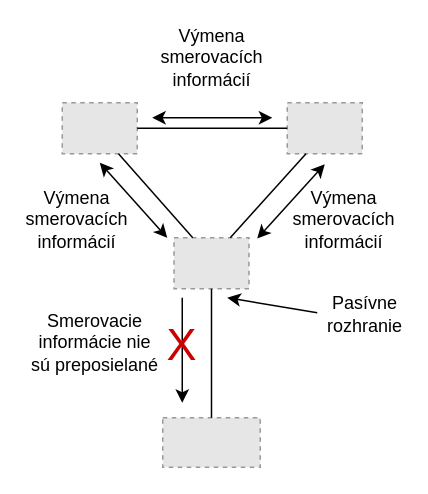
This is thesis/obrazky/passive-interface.drawio from siorus/MasterThesis, a draw.io file, before an edit. Source tidied: cells renumbered, new cells numbered last; positions are measured from the earlier drawing's top-left corner, leaving out a move shared by most shapes. Both pictures are drawn from the tidied source at 150%, with x=0, y=0 at pixel (27, 42). Pictures stored in the file or linked from it are replaced by grey dashed boxes.
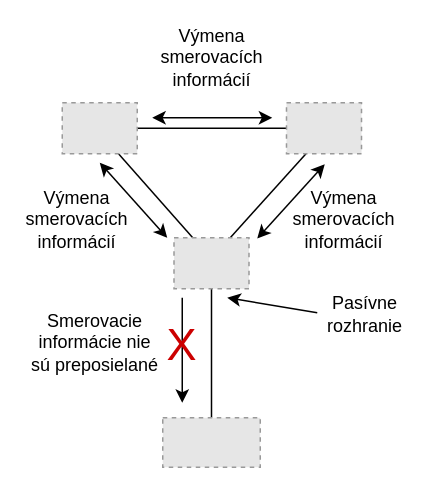
The same page after the edit.

Change to the diagram source:
```diff
@@
-    <mxCell id="2" style="fillColor=#E6E6E6;strokeColor=#999999;dashed=1;verticalLabelPosition=bottom;labelBackgroundColor=#ffffff;verticalAlign=top;" parent="1" vertex="1">
-      <mxGeometry x="97.5" y="130" width="50" height="34" as="geometry" />
-    </mxCell>
-    <mxCell id="3" style="fillColor=#E6E6E6;strokeColor=#999999;dashed=1;verticalLabelPosition=bottom;labelBackgroundColor=#ffffff;verticalAlign=top;" parent="1" vertex="1">
-      <mxGeometry x="173" y="40" width="50" height="34" as="geometry" />
-    </mxCell>
-    <mxCell id="4" style="fillColor=#E6E6E6;strokeColor=#999999;dashed=1;verticalLabelPosition=bottom;labelBackgroundColor=#ffffff;verticalAlign=top;" parent="1" vertex="1">
-      <mxGeometry x="23" y="40" width="50" height="34" as="geometry" />
-    </mxCell>
-    <mxCell id="5" style="endArrow=none;html=1;entryX=0.75;entryY=1;entryDx=0;entryDy=0;exitX=0.25;exitY=0;exitDx=0;exitDy=0;" parent="1" edge="1" source="2" target="4">
-      <mxGeometry relative="1" as="geometry" />
+    <mxCell id="5" style="endArrow=none;html=1;entryX=0.75;entryY=1;entryDx=0;entryDy=0;exitX=0.25;exitY=0;exitDx=0;exitDy=0;" parent="1" edge="1">
+      <mxGeometry relative="1" as="geometry">
+        <mxPoint x="110" y="130" as="sourcePoint" />
+        <mxPoint x="60.5" y="74" as="targetPoint" />
+      </mxGeometry>
     </mxCell>
-    <mxCell id="6" style="endArrow=none;html=1;exitX=0.75;exitY=0;exitDx=0;exitDy=0;entryX=0.25;entryY=1;entryDx=0;entryDy=0;" parent="1" edge="1" source="2" target="3">
-      <mxGeometry relative="1" as="geometry" />
+    <mxCell id="6" style="endArrow=none;html=1;exitX=0.75;exitY=0;exitDx=0;exitDy=0;entryX=0.25;entryY=1;entryDx=0;entryDy=0;" parent="1" edge="1">
+      <mxGeometry relative="1" as="geometry">
+        <mxPoint x="135" y="130" as="sourcePoint" />
+        <mxPoint x="185.5" y="74" as="targetPoint" />
+      </mxGeometry>
     </mxCell>
-    <mxCell id="7" style="endArrow=none;html=1;entryX=1;entryY=0.5;entryDx=0;entryDy=0;exitX=0;exitY=0.5;exitDx=0;exitDy=0;" parent="1" edge="1" source="3" target="4">
-      <mxGeometry relative="1" as="geometry" />
+    <mxCell id="7" style="endArrow=none;html=1;entryX=1;entryY=0.5;entryDx=0;entryDy=0;exitX=0;exitY=0.5;exitDx=0;exitDy=0;" parent="1" edge="1">
+      <mxGeometry relative="1" as="geometry">
+        <mxPoint x="173" y="57" as="sourcePoint" />
+        <mxPoint x="73" y="57" as="targetPoint" />
+      </mxGeometry>
     </mxCell>
-    <mxCell id="8" style="fillColor=#E6E6E6;strokeColor=#999999;dashed=1;verticalLabelPosition=bottom;labelBackgroundColor=#ffffff;verticalAlign=top;" parent="1" vertex="1">
-      <mxGeometry x="90" y="250" width="65" height="33" as="geometry" />
-    </mxCell>
-    <mxCell id="9" style="endArrow=none;html=1;entryX=0.5;entryY=1;entryDx=0;entryDy=0;exitX=0.5;exitY=0;exitDx=0;exitDy=0;" parent="1" edge="1" source="8" target="2">
-      <mxGeometry relative="1" as="geometry" />
+    <mxCell id="9" style="endArrow=none;html=1;entryX=0.5;entryY=1;entryDx=0;entryDy=0;exitX=0.5;exitY=0;exitDx=0;exitDy=0;" parent="1" edge="1" source="24">
+      <mxGeometry relative="1" as="geometry">
+        <mxPoint x="122.5" y="164" as="targetPoint" />
+      </mxGeometry>
     </mxCell>
@@
+    <mxCell id="21" style="fillColor=#E6E6E6;strokeColor=#999999;dashed=1;" parent="1" vertex="1">
+      <mxGeometry x="172.5" y="40" width="50" height="34" as="geometry" />
+    </mxCell>
+    <mxCell id="22" style="fillColor=#E6E6E6;strokeColor=#999999;dashed=1;" parent="1" vertex="1">
+      <mxGeometry x="23" y="40" width="50" height="34" as="geometry" />
+    </mxCell>
+    <mxCell id="23" style="fillColor=#E6E6E6;strokeColor=#999999;dashed=1;" parent="1" vertex="1">
+      <mxGeometry x="97.5" y="130" width="50" height="34" as="geometry" />
+    </mxCell>
+    <mxCell id="24" style="fillColor=#E6E6E6;strokeColor=#999999;dashed=1;" parent="1" vertex="1">
+      <mxGeometry x="90" y="250" width="65" height="33" as="geometry" />
+    </mxCell>
```
